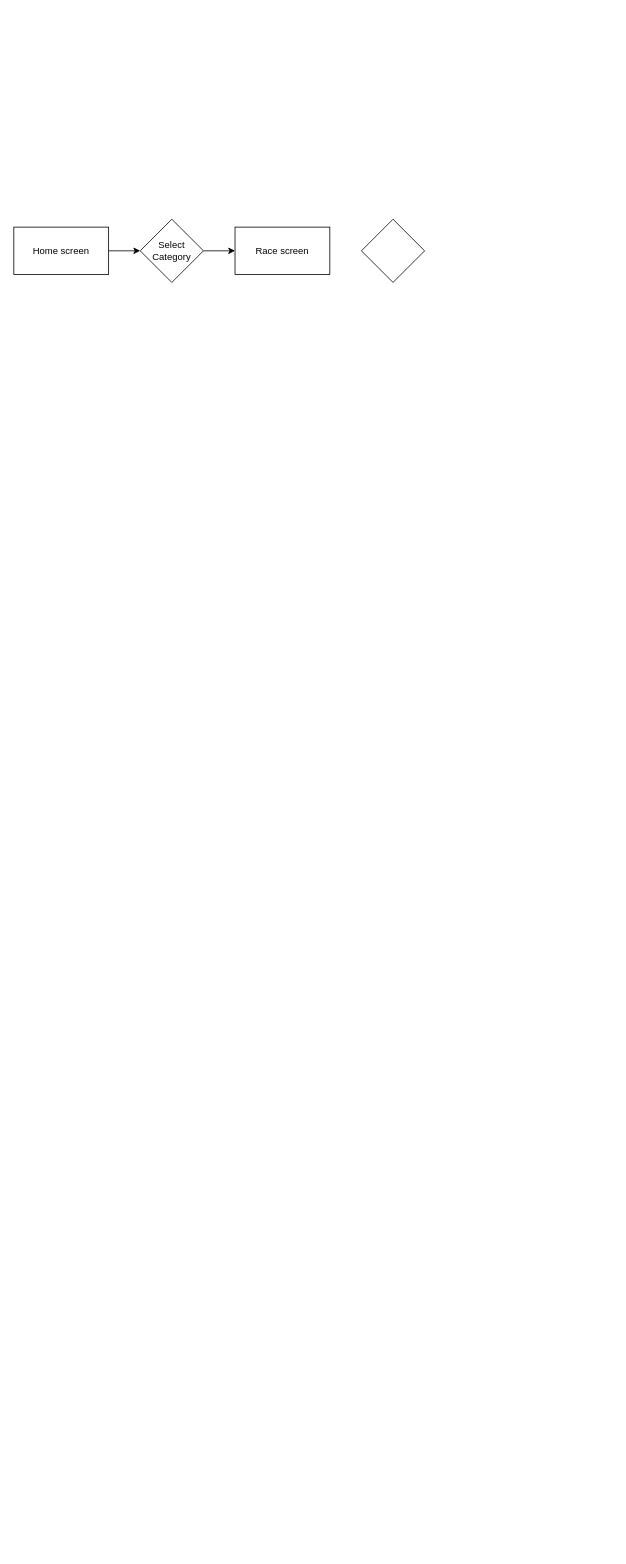
Earlier version of the draw.io diagram diagrams/userflow.drawio (tanyigbo/app-spec). Source tidied: cells renumbered, new cells numbered last; positions are measured from the earlier drawing's top-left corner, leaving out a move shared by most shapes. Both pictures are drawn from the tidied source at 79%, with x=0, y=0 at pixel (13, 219).
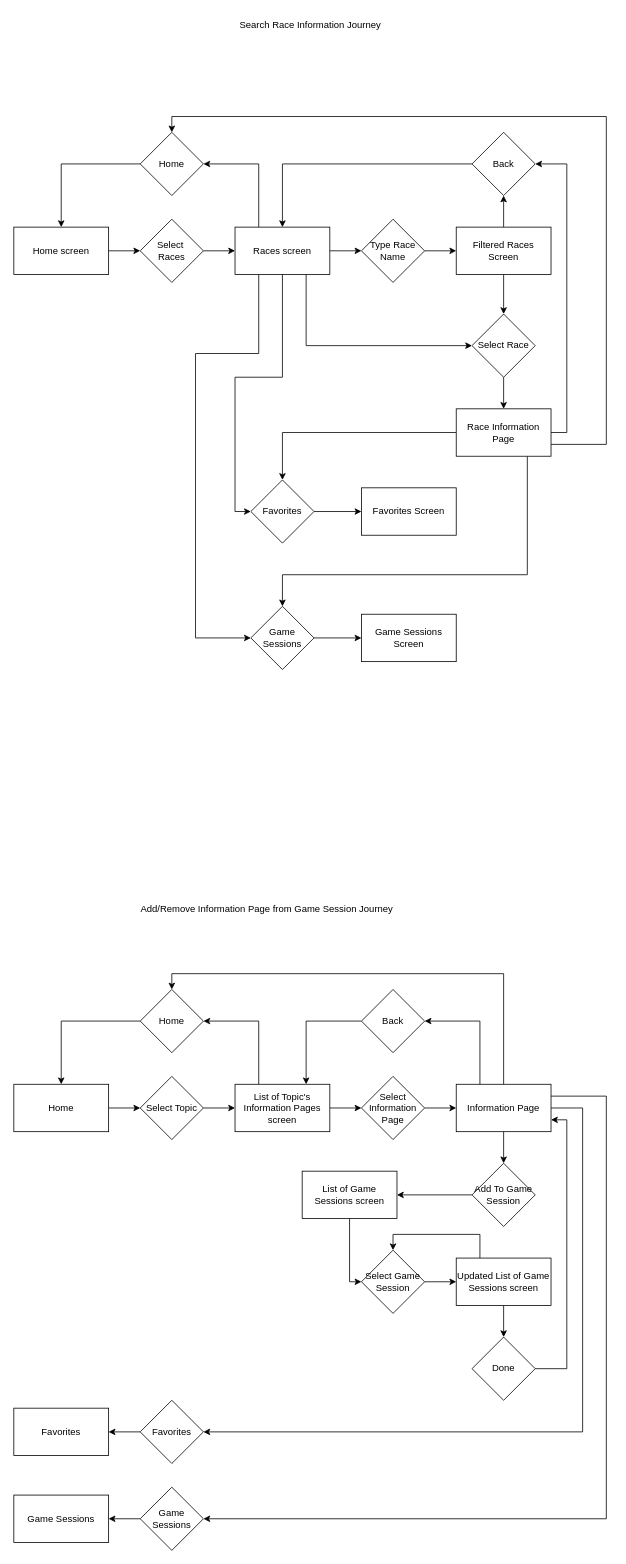
The same diagram, later.

Unchanged cells that the change refers to:
```xml
<mxCell id="3" value="Home screen" style="rounded=0;whiteSpace=wrap;html=1;" parent="1" vertex="1">
  <mxGeometry y="10" width="120" height="60" as="geometry" />
</mxCell>
```

Diff of the diagram source:
```diff
@@
-    <mxCell id="5" value="Select Category" style="rhombus;whiteSpace=wrap;html=1;" parent="1" vertex="1">
+    <mxCell id="5" value="&lt;div&gt;Select&amp;nbsp;&lt;/div&gt;&lt;div&gt;Races&lt;/div&gt;" style="rhombus;whiteSpace=wrap;html=1;" parent="1" vertex="1">
       <mxGeometry x="160" width="80" height="80" as="geometry" />
     </mxCell>
+    <mxCell id="8" style="edgeStyle=orthogonalEdgeStyle;rounded=0;jettySize=auto;html=1;exitX=0.25;exitY=0;exitDx=0;exitDy=0;entryX=1;entryY=0.5;entryDx=0;entryDy=0;" parent="1" edge="1" source="6" target="16">
+      <mxGeometry relative="1" as="geometry" />
+    </mxCell>
+    <mxCell id="9" style="edgeStyle=orthogonalEdgeStyle;rounded=0;jettySize=auto;html=1;" parent="1" edge="1" source="6" target="7">
+      <mxGeometry relative="1" as="geometry" />
+    </mxCell>
+    <mxCell id="10" style="edgeStyle=orthogonalEdgeStyle;rounded=0;jettySize=auto;html=1;exitX=0.75;exitY=1;exitDx=0;exitDy=0;entryX=0;entryY=0.5;entryDx=0;entryDy=0;" parent="1" edge="1" source="6" target="21">
+      <mxGeometry relative="1" as="geometry" />
+    </mxCell>
+    <mxCell id="11" style="edgeStyle=orthogonalEdgeStyle;rounded=0;jettySize=auto;html=1;exitX=0.5;exitY=1;exitDx=0;exitDy=0;entryX=0;entryY=0.5;entryDx=0;entryDy=0;" parent="1" edge="1" source="6" target="30">
+      <mxGeometry relative="1" as="geometry" />
+    </mxCell>
+    <mxCell id="12" style="edgeStyle=orthogonalEdgeStyle;rounded=0;jettySize=auto;html=1;exitX=0.25;exitY=1;exitDx=0;exitDy=0;entryX=0;entryY=0.5;entryDx=0;entryDy=0;" parent="1" edge="1" source="6" target="32">
+      <mxGeometry relative="1" as="geometry">
+        <Array as="points">
+          <mxPoint x="310" y="170" />
+          <mxPoint x="230" y="170" />
+          <mxPoint x="230" y="530" />
+        </Array>
+      </mxGeometry>
+    </mxCell>
-    <mxCell id="6" value="Race screen" style="rounded=0;whiteSpace=wrap;html=1;" parent="1" vertex="1">
+    <mxCell id="6" value="Races screen" style="rounded=0;whiteSpace=wrap;html=1;" parent="1" vertex="1">
       <mxGeometry x="280" y="10" width="120" height="60" as="geometry" />
     </mxCell>
+    <mxCell id="13" style="edgeStyle=orthogonalEdgeStyle;rounded=0;jettySize=auto;html=1;" parent="1" edge="1" source="7" target="19">
+      <mxGeometry relative="1" as="geometry" />
+    </mxCell>
-    <mxCell id="7" style="rhombus;whiteSpace=wrap;html=1;" parent="1" vertex="1">
+    <mxCell id="7" value="Type Race Name" style="rhombus;whiteSpace=wrap;html=1;" parent="1" vertex="1">
       <mxGeometry x="440" width="80" height="80" as="geometry" />
     </mxCell>
+    <mxCell id="14" value="Search Race Information Journey" style="text;html=1;align=center;verticalAlign=middle;strokeColor=none;fillColor=none;" parent="1" vertex="1">
+      <mxGeometry x="275" y="-260" width="200" height="30" as="geometry" />
+    </mxCell>
+    <mxCell id="15" style="edgeStyle=orthogonalEdgeStyle;rounded=0;jettySize=auto;html=1;exitX=0;exitY=0.5;exitDx=0;exitDy=0;entryX=0.5;entryY=0;entryDx=0;entryDy=0;" parent="1" edge="1" source="16" target="3">
+      <mxGeometry relative="1" as="geometry" />
+    </mxCell>
+    <mxCell id="16" value="Home" style="rhombus;whiteSpace=wrap;html=1;" parent="1" vertex="1">
+      <mxGeometry x="160" y="-110" width="80" height="80" as="geometry" />
+    </mxCell>
+    <mxCell id="17" style="edgeStyle=orthogonalEdgeStyle;rounded=0;jettySize=auto;html=1;" parent="1" edge="1" source="19" target="21">
+      <mxGeometry relative="1" as="geometry" />
+    </mxCell>
+    <mxCell id="18" style="edgeStyle=orthogonalEdgeStyle;rounded=0;jettySize=auto;html=1;" parent="1" edge="1" source="19" target="34">
+      <mxGeometry relative="1" as="geometry" />
+    </mxCell>
+    <mxCell id="19" value="Filtered Races Screen" style="rounded=0;whiteSpace=wrap;html=1;" parent="1" vertex="1">
+      <mxGeometry x="560" y="10" width="120" height="60" as="geometry" />
+    </mxCell>
+    <mxCell id="20" style="edgeStyle=orthogonalEdgeStyle;rounded=0;jettySize=auto;html=1;" parent="1" edge="1" source="21" target="26">
+      <mxGeometry relative="1" as="geometry" />
+    </mxCell>
+    <mxCell id="21" value="Select Race" style="rhombus;whiteSpace=wrap;html=1;" parent="1" vertex="1">
+      <mxGeometry x="580" y="120" width="80" height="80" as="geometry" />
+    </mxCell>
+    <mxCell id="22" style="edgeStyle=orthogonalEdgeStyle;rounded=0;jettySize=auto;html=1;exitX=1;exitY=0.5;exitDx=0;exitDy=0;entryX=1;entryY=0.5;entryDx=0;entryDy=0;" parent="1" edge="1" source="26" target="34">
+      <mxGeometry relative="1" as="geometry" />
+    </mxCell>
+    <mxCell id="23" style="edgeStyle=orthogonalEdgeStyle;rounded=0;jettySize=auto;html=1;exitX=1;exitY=0.75;exitDx=0;exitDy=0;entryX=0.5;entryY=0;entryDx=0;entryDy=0;" parent="1" edge="1" source="26" target="16">
+      <mxGeometry relative="1" as="geometry">
+        <Array as="points">
+          <mxPoint x="750" y="285" />
+          <mxPoint x="750" y="-130" />
+          <mxPoint x="200" y="-130" />
+        </Array>
+      </mxGeometry>
+    </mxCell>
+    <mxCell id="24" style="edgeStyle=orthogonalEdgeStyle;rounded=0;jettySize=auto;html=1;exitX=0;exitY=0.5;exitDx=0;exitDy=0;entryX=0.5;entryY=0;entryDx=0;entryDy=0;" parent="1" edge="1" source="26" target="30">
+      <mxGeometry relative="1" as="geometry" />
+    </mxCell>
+    <mxCell id="25" style="edgeStyle=orthogonalEdgeStyle;rounded=0;jettySize=auto;html=1;exitX=0.75;exitY=1;exitDx=0;exitDy=0;entryX=0.5;entryY=0;entryDx=0;entryDy=0;" parent="1" edge="1" source="26" target="32">
+      <mxGeometry relative="1" as="geometry">
+        <Array as="points">
+          <mxPoint x="650" y="450" />
+          <mxPoint x="340" y="450" />
+        </Array>
+      </mxGeometry>
+    </mxCell>
+    <mxCell id="26" value="Race Information Page" style="rounded=0;whiteSpace=wrap;html=1;" parent="1" vertex="1">
+      <mxGeometry x="560" y="240" width="120" height="60" as="geometry" />
+    </mxCell>
+    <mxCell id="27" value="Favorites Screen" style="rounded=0;whiteSpace=wrap;html=1;" parent="1" vertex="1">
+      <mxGeometry x="440" y="340" width="120" height="60" as="geometry" />
+    </mxCell>
+    <mxCell id="28" value="Game Sessions Screen" style="rounded=0;whiteSpace=wrap;html=1;" parent="1" vertex="1">
+      <mxGeometry x="440" y="500" width="120" height="60" as="geometry" />
+    </mxCell>
+    <mxCell id="29" style="edgeStyle=orthogonalEdgeStyle;rounded=0;jettySize=auto;html=1;" parent="1" edge="1" source="30" target="27">
+      <mxGeometry relative="1" as="geometry" />
+    </mxCell>
+    <mxCell id="30" value="Favorites" style="rhombus;whiteSpace=wrap;html=1;" parent="1" vertex="1">
+      <mxGeometry x="300" y="330" width="80" height="80" as="geometry" />
+    </mxCell>
+    <mxCell id="31" style="edgeStyle=orthogonalEdgeStyle;rounded=0;jettySize=auto;html=1;" parent="1" edge="1" source="32" target="28">
+      <mxGeometry relative="1" as="geometry" />
+    </mxCell>
+    <mxCell id="32" value="Game Sessions" style="rhombus;whiteSpace=wrap;html=1;" parent="1" vertex="1">
+      <mxGeometry x="300" y="490" width="80" height="80" as="geometry" />
+    </mxCell>
+    <mxCell id="33" style="edgeStyle=orthogonalEdgeStyle;rounded=0;jettySize=auto;html=1;exitX=0;exitY=0.5;exitDx=0;exitDy=0;" parent="1" edge="1" source="34" target="6">
+      <mxGeometry relative="1" as="geometry" />
+    </mxCell>
+    <mxCell id="34" value="Back" style="rhombus;whiteSpace=wrap;html=1;" parent="1" vertex="1">
+      <mxGeometry x="580" y="-110" width="80" height="80" as="geometry" />
+    </mxCell>
+    <mxCell id="35" style="edgeStyle=orthogonalEdgeStyle;rounded=0;jettySize=auto;html=1;exitX=0;exitY=0.5;exitDx=0;exitDy=0;" parent="1" edge="1" source="36" target="38">
+      <mxGeometry relative="1" as="geometry" />
+    </mxCell>
+    <mxCell id="36" value="Home" style="rhombus;whiteSpace=wrap;html=1;" parent="1" vertex="1">
+      <mxGeometry x="160" y="975" width="80" height="80" as="geometry" />
+    </mxCell>
+    <mxCell id="37" style="edgeStyle=orthogonalEdgeStyle;rounded=0;jettySize=auto;html=1;" parent="1" edge="1" source="38" target="45">
+      <mxGeometry relative="1" as="geometry" />
+    </mxCell>
+    <mxCell id="38" value="Home" style="rounded=0;whiteSpace=wrap;html=1;" parent="1" vertex="1">
+      <mxGeometry y="1095" width="120" height="60" as="geometry" />
+    </mxCell>
+    <mxCell id="39" value="Favorites" style="rounded=0;whiteSpace=wrap;html=1;" parent="1" vertex="1">
+      <mxGeometry y="1505" width="120" height="60" as="geometry" />
+    </mxCell>
+    <mxCell id="40" value="Game Sessions" style="rounded=0;whiteSpace=wrap;html=1;" parent="1" vertex="1">
+      <mxGeometry y="1615" width="120" height="60" as="geometry" />
+    </mxCell>
+    <mxCell id="41" style="edgeStyle=orthogonalEdgeStyle;rounded=0;jettySize=auto;html=1;" parent="1" edge="1" source="43" target="47">
+      <mxGeometry relative="1" as="geometry" />
+    </mxCell>
+    <mxCell id="42" style="edgeStyle=orthogonalEdgeStyle;rounded=0;jettySize=auto;html=1;exitX=0.25;exitY=0;exitDx=0;exitDy=0;entryX=1;entryY=0.5;entryDx=0;entryDy=0;" parent="1" edge="1" source="43" target="36">
+      <mxGeometry relative="1" as="geometry" />
+    </mxCell>
+    <mxCell id="43" value="List of Topic's Information Pages screen" style="rounded=0;whiteSpace=wrap;html=1;" parent="1" vertex="1">
+      <mxGeometry x="280" y="1095" width="120" height="60" as="geometry" />
+    </mxCell>
+    <mxCell id="44" style="edgeStyle=orthogonalEdgeStyle;rounded=0;jettySize=auto;html=1;" parent="1" edge="1" source="45" target="43">
+      <mxGeometry relative="1" as="geometry" />
+    </mxCell>
+    <mxCell id="45" value="&lt;div&gt;Select Topic&lt;/div&gt;" style="rhombus;whiteSpace=wrap;html=1;" parent="1" vertex="1">
+      <mxGeometry x="160" y="1085" width="80" height="80" as="geometry" />
+    </mxCell>
+    <mxCell id="46" style="edgeStyle=orthogonalEdgeStyle;rounded=0;jettySize=auto;html=1;" parent="1" edge="1" source="47" target="53">
+      <mxGeometry relative="1" as="geometry" />
+    </mxCell>
+    <mxCell id="47" value="Select Information Page" style="rhombus;whiteSpace=wrap;html=1;" parent="1" vertex="1">
+      <mxGeometry x="440" y="1085" width="80" height="80" as="geometry" />
+    </mxCell>
+    <mxCell id="48" style="edgeStyle=orthogonalEdgeStyle;rounded=0;jettySize=auto;html=1;" parent="1" edge="1" source="53" target="55">
+      <mxGeometry relative="1" as="geometry" />
+    </mxCell>
+    <mxCell id="49" style="edgeStyle=orthogonalEdgeStyle;rounded=0;jettySize=auto;html=1;exitX=0.5;exitY=0;exitDx=0;exitDy=0;entryX=0.5;entryY=0;entryDx=0;entryDy=0;" parent="1" edge="1" source="53" target="36">
+      <mxGeometry relative="1" as="geometry" />
+    </mxCell>
+    <mxCell id="50" style="edgeStyle=orthogonalEdgeStyle;rounded=0;jettySize=auto;html=1;exitX=0.25;exitY=0;exitDx=0;exitDy=0;entryX=1;entryY=0.5;entryDx=0;entryDy=0;" parent="1" edge="1" source="53" target="66">
+      <mxGeometry relative="1" as="geometry" />
+    </mxCell>
+    <mxCell id="51" style="edgeStyle=orthogonalEdgeStyle;rounded=0;jettySize=auto;html=1;exitX=1;exitY=0.5;exitDx=0;exitDy=0;entryX=1;entryY=0.5;entryDx=0;entryDy=0;" parent="1" edge="1" source="53" target="68">
+      <mxGeometry relative="1" as="geometry">
+        <Array as="points">
+          <mxPoint x="720" y="1125" />
+          <mxPoint x="720" y="1535" />
+        </Array>
+      </mxGeometry>
+    </mxCell>
+    <mxCell id="52" style="edgeStyle=orthogonalEdgeStyle;rounded=0;jettySize=auto;html=1;exitX=1;exitY=0.25;exitDx=0;exitDy=0;entryX=1;entryY=0.5;entryDx=0;entryDy=0;" parent="1" edge="1" source="53" target="70">
+      <mxGeometry relative="1" as="geometry">
+        <Array as="points">
+          <mxPoint x="750" y="1110" />
+          <mxPoint x="750" y="1645" />
+        </Array>
+      </mxGeometry>
+    </mxCell>
+    <mxCell id="53" value="Information Page" style="rounded=0;whiteSpace=wrap;html=1;" parent="1" vertex="1">
+      <mxGeometry x="560" y="1095" width="120" height="60" as="geometry" />
+    </mxCell>
+    <mxCell id="54" style="edgeStyle=orthogonalEdgeStyle;rounded=0;jettySize=auto;html=1;" parent="1" edge="1" source="55" target="57">
+      <mxGeometry relative="1" as="geometry" />
+    </mxCell>
+    <mxCell id="55" value="Add To Game Session" style="rhombus;whiteSpace=wrap;html=1;" parent="1" vertex="1">
+      <mxGeometry x="580" y="1195" width="80" height="80" as="geometry" />
+    </mxCell>
+    <mxCell id="56" style="edgeStyle=orthogonalEdgeStyle;rounded=0;jettySize=auto;html=1;" parent="1" edge="1" source="57" target="59">
+      <mxGeometry relative="1" as="geometry">
+        <Array as="points">
+          <mxPoint x="425" y="1345" />
+        </Array>
+      </mxGeometry>
+    </mxCell>
+    <mxCell id="57" value="List of Game Sessions screen" style="rounded=0;whiteSpace=wrap;html=1;" parent="1" vertex="1">
+      <mxGeometry x="365" y="1205" width="120" height="60" as="geometry" />
+    </mxCell>
+    <mxCell id="58" style="edgeStyle=orthogonalEdgeStyle;rounded=0;jettySize=auto;html=1;" parent="1" edge="1" source="59" target="62">
+      <mxGeometry relative="1" as="geometry" />
+    </mxCell>
+    <mxCell id="59" value="Select Game Session" style="rhombus;whiteSpace=wrap;html=1;" parent="1" vertex="1">
+      <mxGeometry x="440" y="1305" width="80" height="80" as="geometry" />
+    </mxCell>
+    <mxCell id="60" style="edgeStyle=orthogonalEdgeStyle;rounded=0;jettySize=auto;html=1;" parent="1" edge="1" source="62" target="64">
+      <mxGeometry relative="1" as="geometry" />
+    </mxCell>
+    <mxCell id="61" style="edgeStyle=orthogonalEdgeStyle;rounded=0;jettySize=auto;html=1;exitX=0.25;exitY=0;exitDx=0;exitDy=0;entryX=0.5;entryY=0;entryDx=0;entryDy=0;" parent="1" edge="1" source="62" target="59">
+      <mxGeometry relative="1" as="geometry">
+        <Array as="points">
+          <mxPoint x="590" y="1285" />
+          <mxPoint x="480" y="1285" />
+        </Array>
+      </mxGeometry>
+    </mxCell>
+    <mxCell id="62" value="Updated List of Game Sessions screen" style="rounded=0;whiteSpace=wrap;html=1;" parent="1" vertex="1">
+      <mxGeometry x="560" y="1315" width="120" height="60" as="geometry" />
+    </mxCell>
+    <mxCell id="63" style="edgeStyle=orthogonalEdgeStyle;rounded=0;jettySize=auto;html=1;exitX=1;exitY=0.5;exitDx=0;exitDy=0;entryX=1;entryY=0.75;entryDx=0;entryDy=0;" parent="1" edge="1" source="64" target="53">
+      <mxGeometry relative="1" as="geometry">
+        <Array as="points">
+          <mxPoint x="700" y="1455" />
+          <mxPoint x="700" y="1140" />
+        </Array>
+      </mxGeometry>
+    </mxCell>
+    <mxCell id="64" value="Done" style="rhombus;whiteSpace=wrap;html=1;" parent="1" vertex="1">
+      <mxGeometry x="580" y="1415" width="80" height="80" as="geometry" />
+    </mxCell>
+    <mxCell id="65" style="edgeStyle=orthogonalEdgeStyle;rounded=0;jettySize=auto;html=1;exitX=0;exitY=0.5;exitDx=0;exitDy=0;entryX=0.75;entryY=0;entryDx=0;entryDy=0;" parent="1" edge="1" source="66" target="43">
+      <mxGeometry relative="1" as="geometry" />
+    </mxCell>
+    <mxCell id="66" value="Back" style="rhombus;whiteSpace=wrap;html=1;" parent="1" vertex="1">
+      <mxGeometry x="440" y="975" width="80" height="80" as="geometry" />
+    </mxCell>
+    <mxCell id="67" style="edgeStyle=orthogonalEdgeStyle;rounded=0;jettySize=auto;html=1;" parent="1" edge="1" source="68" target="39">
+      <mxGeometry relative="1" as="geometry" />
+    </mxCell>
+    <mxCell id="68" value="Favorites" style="rhombus;whiteSpace=wrap;html=1;" parent="1" vertex="1">
+      <mxGeometry x="160" y="1495" width="80" height="80" as="geometry" />
+    </mxCell>
+    <mxCell id="69" style="edgeStyle=orthogonalEdgeStyle;rounded=0;jettySize=auto;html=1;" parent="1" edge="1" source="70" target="40">
+      <mxGeometry relative="1" as="geometry" />
+    </mxCell>
+    <mxCell id="70" value="Game Sessions" style="rhombus;whiteSpace=wrap;html=1;" parent="1" vertex="1">
+      <mxGeometry x="160" y="1605" width="80" height="80" as="geometry" />
+    </mxCell>
+    <mxCell id="71" value="Add/Remove Information Page from Game Session Journey" style="text;html=1;align=center;verticalAlign=middle;strokeColor=none;fillColor=none;" parent="1" vertex="1">
+      <mxGeometry x="150" y="858" width="340" height="30" as="geometry" />
+    </mxCell>
```
